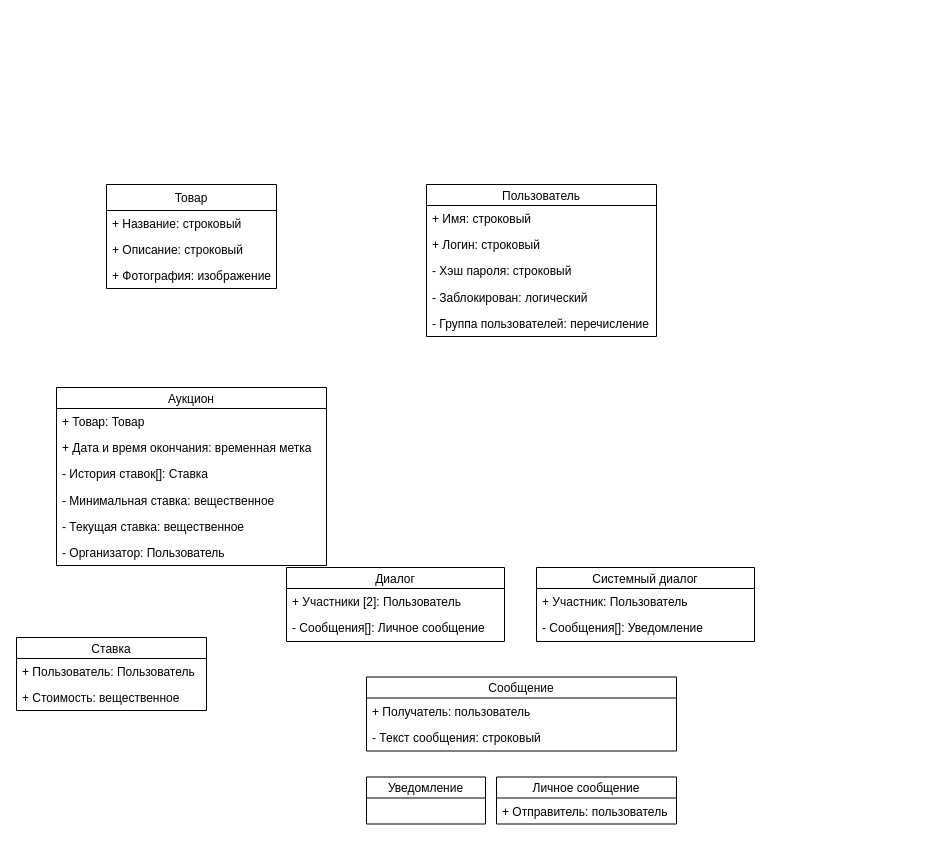
Earlier version of the draw.io diagram Diagrams/Logical Classes Diagram.drawio (Fake-Make/Au). Source tidied: cells renumbered, new cells numbered last; positions are measured from the earlier drawing's top-left corner, leaving out a move shared by most shapes. Both pictures are drawn from the tidied source at 100%, with x=0, y=0 at pixel (16, 184).
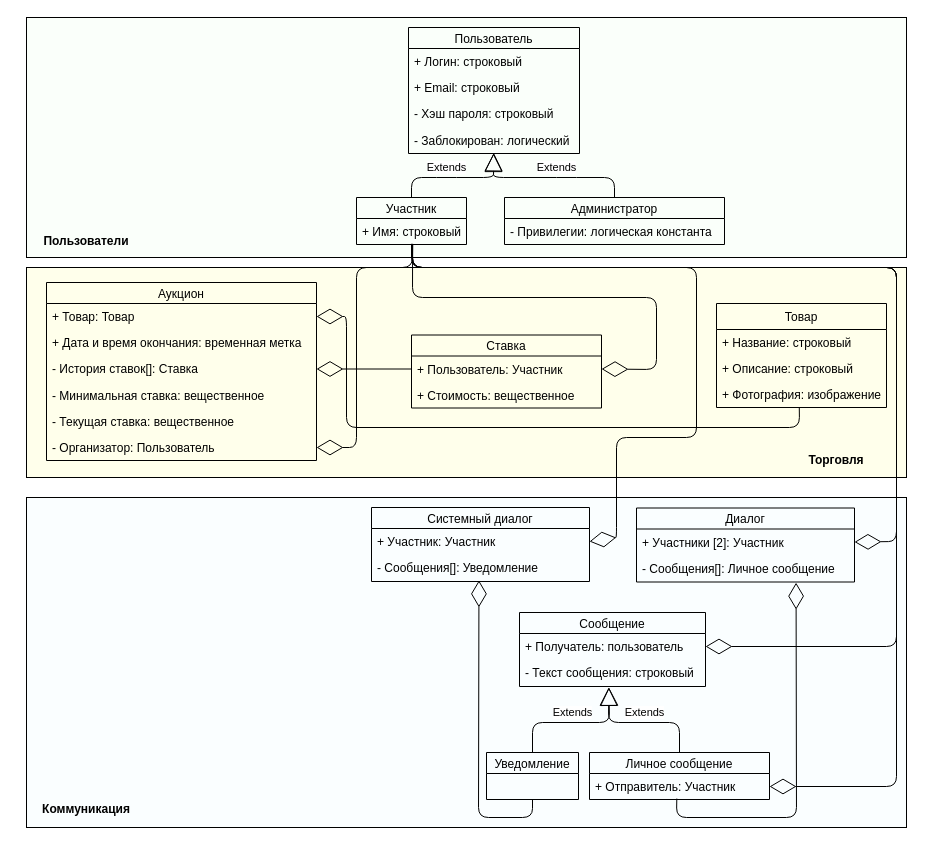
The same page after the edit.

The change refers to these unchanged cells:
```xml
<mxCell id="5" value="+ Фотография: изображение" style="text;strokeColor=none;fillColor=none;align=left;verticalAlign=top;spacingLeft=4;spacingRight=4;overflow=hidden;points=[[0,0.5],[1,0.5]];portConstraint=eastwest;" parent="2" vertex="1">
  <mxGeometry y="78" width="170" height="26" as="geometry" />
</mxCell>
<mxCell id="20" value="- Сообщения[]: Личное сообщение" style="text;strokeColor=none;fillColor=none;align=left;verticalAlign=top;spacingLeft=4;spacingRight=4;overflow=hidden;points=[[0,0.5],[1,0.5]];portConstraint=eastwest;" parent="18" vertex="1">
  <mxGeometry y="47" width="218" height="27" as="geometry" />
</mxCell>
<mxCell id="23" value="- Сообщения[]: Уведомление" style="text;strokeColor=none;fillColor=none;align=left;verticalAlign=top;spacingLeft=4;spacingRight=4;overflow=hidden;points=[[0,0.5],[1,0.5]];portConstraint=eastwest;" parent="21" vertex="1">
  <mxGeometry y="47" width="218" height="27" as="geometry" />
</mxCell>
<mxCell id="25" value="+ Товар: Товар" style="text;strokeColor=none;fillColor=none;align=left;verticalAlign=top;spacingLeft=4;spacingRight=4;overflow=hidden;points=[[0,0.5],[1,0.5]];portConstraint=eastwest;" parent="24" vertex="1">
  <mxGeometry y="21" width="270" height="26" as="geometry" />
</mxCell>
<mxCell id="27" value="- История ставок[]: Ставка" style="text;strokeColor=none;fillColor=none;align=left;verticalAlign=top;spacingLeft=4;spacingRight=4;overflow=hidden;points=[[0,0.5],[1,0.5]];portConstraint=eastwest;" parent="24" vertex="1">
  <mxGeometry y="73" width="270" height="27" as="geometry" />
</mxCell>
<mxCell id="30" value="- Организатор: Пользователь" style="text;strokeColor=none;fillColor=none;align=left;verticalAlign=top;spacingLeft=4;spacingRight=4;overflow=hidden;points=[[0,0.5],[1,0.5]];portConstraint=eastwest;" parent="24" vertex="1">
  <mxGeometry y="152" width="270" height="26" as="geometry" />
</mxCell>
```

Change to the diagram source:
```diff
@@
+    <mxCell id="34" style="rounded=0;whiteSpace=wrap;html=1;fillColor=#FAFFFA;" parent="1" vertex="1">
+      <mxGeometry x="10" y="-167" width="880" height="240" as="geometry" />
+    </mxCell>
+    <mxCell id="35" style="rounded=0;whiteSpace=wrap;html=1;fillColor=#FFFFEB;" parent="1" vertex="1">
+      <mxGeometry x="10" y="83" width="880" height="210" as="geometry" />
+    </mxCell>
+    <mxCell id="36" style="rounded=0;whiteSpace=wrap;html=1;fillColor=#FAFEFF;" parent="1" vertex="1">
+      <mxGeometry x="10" y="313" width="880" height="330" as="geometry" />
+    </mxCell>
     <mxCell id="2" value="Товар" style="swimlane;fontStyle=0;horizontal=1;startSize=26;fillColor=none;" parent="1" vertex="1">
-      <mxGeometry x="90" width="170" height="104" as="geometry" />
+      <mxGeometry x="700" y="119" width="170" height="104" as="geometry" />
     </mxCell>
@@
     <mxCell id="6" value="Пользователь" style="swimlane;fontStyle=0;horizontal=1;startSize=21;fillColor=none;" parent="1" vertex="1">
-      <mxGeometry x="410" width="230" height="152" as="geometry" />
+      <mxGeometry x="392" y="-157" width="171" height="126" as="geometry" />
     </mxCell>
-    <mxCell id="7" value="+ Имя: строковый" style="text;strokeColor=none;fillColor=none;align=left;verticalAlign=top;spacingLeft=4;spacingRight=4;overflow=hidden;points=[[0,0.5],[1,0.5]];portConstraint=eastwest;" parent="6" vertex="1">
-      <mxGeometry y="21" width="230" height="26" as="geometry" />
-    </mxCell>
+    <mxCell id="37" value="+ Логин: строковый" style="text;strokeColor=none;fillColor=none;align=left;verticalAlign=top;spacingLeft=4;spacingRight=4;overflow=hidden;" parent="6" vertex="1">
+      <mxGeometry y="21" width="171" height="26" as="geometry" />
+    </mxCell>
-    <mxCell id="8" value="+ Логин: строковый" style="text;strokeColor=none;fillColor=none;align=left;verticalAlign=top;spacingLeft=4;spacingRight=4;overflow=hidden;" parent="6" vertex="1">
-      <mxGeometry y="47" width="230" height="26" as="geometry" />
+    <mxCell id="8" value="+ Email: строковый" style="text;strokeColor=none;fillColor=none;align=left;verticalAlign=top;spacingLeft=4;spacingRight=4;overflow=hidden;" parent="6" vertex="1">
+      <mxGeometry y="47" width="171" height="26" as="geometry" />
     </mxCell>
     <mxCell id="9" value="- Хэш пароля: строковый" style="text;strokeColor=none;fillColor=none;align=left;verticalAlign=top;spacingLeft=4;spacingRight=4;overflow=hidden;" parent="6" vertex="1">
-      <mxGeometry y="73" width="230" height="27" as="geometry" />
+      <mxGeometry y="73" width="171" height="27" as="geometry" />
     </mxCell>
     <mxCell id="10" value="- Заблокирован: логический" style="text;strokeColor=none;fillColor=none;align=left;verticalAlign=top;spacingLeft=4;spacingRight=4;overflow=hidden;points=[[0,0.5],[1,0.5]];portConstraint=eastwest;" parent="6" vertex="1">
-      <mxGeometry y="100" width="230" height="26" as="geometry" />
+      <mxGeometry y="100" width="171" height="26" as="geometry" />
     </mxCell>
-    <mxCell id="11" value="- Группа пользователей: перечисление" style="text;strokeColor=none;fillColor=none;align=left;verticalAlign=top;spacingLeft=4;spacingRight=4;overflow=hidden;" parent="6" vertex="1">
-      <mxGeometry y="126" width="230" height="26" as="geometry" />
-    </mxCell>
     <mxCell id="12" value="Личное сообщение" style="swimlane;fontStyle=0;horizontal=1;startSize=21;fillColor=none;" parent="1" vertex="1">
-      <mxGeometry x="480" y="592.5" width="180" height="47" as="geometry" />
+      <mxGeometry x="573" y="568" width="180" height="47" as="geometry" />
     </mxCell>
-    <mxCell id="13" value="+ Отправитель: пользователь" style="text;strokeColor=none;fillColor=none;align=left;verticalAlign=top;spacingLeft=4;spacingRight=4;overflow=hidden;points=[[0,0.5],[1,0.5]];portConstraint=eastwest;" parent="12" vertex="1">
+    <mxCell id="13" value="+ Отправитель: Участник" style="text;strokeColor=none;fillColor=none;align=left;verticalAlign=top;spacingLeft=4;spacingRight=4;overflow=hidden;points=[[0,0.5],[1,0.5]];portConstraint=eastwest;" parent="12" vertex="1">
       <mxGeometry y="21" width="180" height="26" as="geometry" />
     </mxCell>
     <mxCell id="14" value="Сообщение" style="swimlane;fontStyle=0;horizontal=1;startSize=21;fillColor=none;" parent="1" vertex="1">
-      <mxGeometry x="350" y="492.5" width="310" height="74" as="geometry" />
+      <mxGeometry x="503" y="428" width="186" height="74" as="geometry" />
     </mxCell>
     <mxCell id="15" value="+ Получатель: пользователь" style="text;strokeColor=none;fillColor=none;align=left;verticalAlign=top;spacingLeft=4;spacingRight=4;overflow=hidden;points=[[0,0.5],[1,0.5]];portConstraint=eastwest;" parent="14" vertex="1">
-      <mxGeometry y="21" width="310" height="26" as="geometry" />
+      <mxGeometry y="21" width="186" height="26" as="geometry" />
     </mxCell>
     <mxCell id="16" value="- Текст сообщения: строковый" style="text;strokeColor=none;fillColor=none;align=left;verticalAlign=top;spacingLeft=4;spacingRight=4;overflow=hidden;points=[[0,0.5],[1,0.5]];portConstraint=eastwest;" parent="14" vertex="1">
-      <mxGeometry y="47" width="310" height="27" as="geometry" />
+      <mxGeometry y="47" width="186" height="27" as="geometry" />
     </mxCell>
     <mxCell id="17" value="Уведомление" style="swimlane;fontStyle=0;horizontal=1;startSize=21;fillColor=none;" parent="1" vertex="1">
-      <mxGeometry x="350" y="592.5" width="119" height="47" as="geometry" />
+      <mxGeometry x="470" y="568" width="92" height="47" as="geometry" />
     </mxCell>
     <mxCell id="18" value="Диалог" style="swimlane;fontStyle=0;horizontal=1;startSize=21;fillColor=none;" parent="1" vertex="1">
-      <mxGeometry x="270" y="383" width="218" height="74" as="geometry" />
+      <mxGeometry x="620" y="323.5" width="218" height="74" as="geometry" />
     </mxCell>
-    <mxCell id="19" value="+ Участники [2]: Пользователь" style="text;strokeColor=none;fillColor=none;align=left;verticalAlign=top;spacingLeft=4;spacingRight=4;overflow=hidden;points=[[0,0.5],[1,0.5]];portConstraint=eastwest;" parent="18" vertex="1">
+    <mxCell id="19" value="+ Участники [2]: Участник" style="text;strokeColor=none;fillColor=none;align=left;verticalAlign=top;spacingLeft=4;spacingRight=4;overflow=hidden;points=[[0,0.5],[1,0.5]];portConstraint=eastwest;" parent="18" vertex="1">
       <mxGeometry y="21" width="218" height="26" as="geometry" />
     </mxCell>
@@
     <mxCell id="21" value="Системный диалог" style="swimlane;fontStyle=0;horizontal=1;startSize=21;fillColor=none;" parent="1" vertex="1">
-      <mxGeometry x="520" y="383" width="218" height="74" as="geometry" />
+      <mxGeometry x="355" y="323" width="218" height="74" as="geometry" />
     </mxCell>
-    <mxCell id="22" value="+ Участник: Пользователь" style="text;strokeColor=none;fillColor=none;align=left;verticalAlign=top;spacingLeft=4;spacingRight=4;overflow=hidden;points=[[0,0.5],[1,0.5]];portConstraint=eastwest;" parent="21" vertex="1">
+    <mxCell id="22" value="+ Участник: Участник" style="text;strokeColor=none;fillColor=none;align=left;verticalAlign=top;spacingLeft=4;spacingRight=4;overflow=hidden;points=[[0,0.5],[1,0.5]];portConstraint=eastwest;" parent="21" vertex="1">
       <mxGeometry y="21" width="218" height="26" as="geometry" />
     </mxCell>
@@
     <mxCell id="24" value="Аукцион" style="swimlane;fontStyle=0;horizontal=1;startSize=21;fillColor=none;" parent="1" vertex="1">
-      <mxGeometry x="40" y="203" width="270" height="178" as="geometry" />
+      <mxGeometry x="30" y="98" width="270" height="178" as="geometry" />
     </mxCell>
@@
     <mxCell id="31" value="Ставка" style="swimlane;fontStyle=0;horizontal=1;startSize=21;fillColor=none;" parent="1" vertex="1">
-      <mxGeometry y="453" width="190" height="73" as="geometry" />
+      <mxGeometry x="395" y="150.5" width="190" height="73" as="geometry" />
     </mxCell>
-    <mxCell id="32" value="+ Пользователь: Пользователь" style="text;strokeColor=none;fillColor=none;align=left;verticalAlign=top;spacingLeft=4;spacingRight=4;overflow=hidden;points=[[0,0.5],[1,0.5]];portConstraint=eastwest;" parent="31" vertex="1">
+    <mxCell id="32" value="+ Пользователь: Участник" style="text;strokeColor=none;fillColor=none;align=left;verticalAlign=top;spacingLeft=4;spacingRight=4;overflow=hidden;points=[[0,0.5],[1,0.5]];portConstraint=eastwest;" parent="31" vertex="1">
       <mxGeometry y="21" width="190" height="26" as="geometry" />
     </mxCell>
@@
+    <mxCell id="38" value="Участник" style="swimlane;fontStyle=0;horizontal=1;startSize=21;fillColor=none;" parent="1" vertex="1">
+      <mxGeometry x="340" y="13" width="110" height="47" as="geometry" />
+    </mxCell>
+    <mxCell id="7" value="+ Имя: строковый" style="text;strokeColor=none;fillColor=none;align=left;verticalAlign=top;spacingLeft=4;spacingRight=4;overflow=hidden;points=[[0,0.5],[1,0.5]];portConstraint=eastwest;" parent="38" vertex="1">
+      <mxGeometry y="21" width="110" height="26" as="geometry" />
+    </mxCell>
+    <mxCell id="39" value="Администратор" style="swimlane;fontStyle=0;horizontal=1;startSize=21;fillColor=none;" parent="1" vertex="1">
+      <mxGeometry x="488" y="13" width="220" height="47" as="geometry" />
+    </mxCell>
+    <mxCell id="40" value="- Привилегии: логическая константа" style="text;strokeColor=none;fillColor=none;align=left;verticalAlign=top;spacingLeft=4;spacingRight=4;overflow=hidden;" parent="39" vertex="1">
+      <mxGeometry y="21" width="220" height="26" as="geometry" />
+    </mxCell>
+    <mxCell id="41" value="Extends" style="endArrow=block;endSize=16;endFill=0;html=1;exitX=0.5;exitY=0;exitDx=0;exitDy=0;entryX=0.499;entryY=0.973;entryDx=0;entryDy=0;entryPerimeter=0;" parent="1" edge="1">
+      <mxGeometry x="-0.13" y="10" relative="1" as="geometry">
+        <mxPoint x="395" y="13" as="sourcePoint" />
+        <mxPoint x="477.3" y="-31.7" as="targetPoint" />
+        <Array as="points">
+          <mxPoint x="395" y="-7" />
+          <mxPoint x="430" y="-7" />
+          <mxPoint x="477" y="-7" />
+        </Array>
+      </mxGeometry>
+    </mxCell>
+    <mxCell id="42" value="Extends" style="endArrow=block;endSize=16;endFill=0;html=1;exitX=0.5;exitY=0;exitDx=0;exitDy=0;entryX=0.497;entryY=1;entryDx=0;entryDy=0;entryPerimeter=0;" parent="1" edge="1" source="39" target="10">
+      <mxGeometry x="-0.05" y="-10" relative="1" as="geometry">
+        <Array as="points">
+          <mxPoint x="598" y="-7" />
+          <mxPoint x="550" y="-7" />
+          <mxPoint x="477" y="-7" />
+        </Array>
+      </mxGeometry>
+    </mxCell>
+    <mxCell id="43" value="Extends" style="endArrow=block;endSize=16;endFill=0;html=1;exitX=0.5;exitY=0;exitDx=0;exitDy=0;entryX=0.48;entryY=1.031;entryDx=0;entryDy=0;entryPerimeter=0;" parent="1" edge="1" source="12" target="16">
+      <mxGeometry x="-0.05" y="-10" relative="1" as="geometry">
+        <Array as="points">
+          <mxPoint x="663" y="538" />
+          <mxPoint x="592" y="538" />
+        </Array>
+      </mxGeometry>
+    </mxCell>
+    <mxCell id="44" value="Extends" style="endArrow=block;endSize=16;endFill=0;html=1;exitX=0.5;exitY=0;exitDx=0;exitDy=0;entryX=0.481;entryY=1.031;entryDx=0;entryDy=0;entryPerimeter=0;" parent="1" edge="1" source="17" target="16">
+      <mxGeometry x="-0.01" y="10" relative="1" as="geometry">
+        <Array as="points">
+          <mxPoint x="516" y="538" />
+          <mxPoint x="593" y="538" />
+        </Array>
+      </mxGeometry>
+    </mxCell>
+    <mxCell id="45" style="endArrow=diamondThin;endFill=0;endSize=24;html=1;entryX=0.493;entryY=0.958;entryDx=0;entryDy=0;entryPerimeter=0;exitX=0.5;exitY=1;exitDx=0;exitDy=0;" parent="1" edge="1" source="17" target="23">
+      <mxGeometry relative="1" as="geometry">
+        <Array as="points">
+          <mxPoint x="516" y="633" />
+          <mxPoint x="462" y="633" />
+        </Array>
+      </mxGeometry>
+    </mxCell>
+    <mxCell id="46" style="endArrow=diamondThin;endFill=0;endSize=24;html=1;entryX=0.732;entryY=1.024;entryDx=0;entryDy=0;entryPerimeter=0;exitX=0.485;exitY=0.965;exitDx=0;exitDy=0;exitPerimeter=0;" parent="1" edge="1" source="13" target="20">
+      <mxGeometry relative="1" as="geometry">
+        <Array as="points">
+          <mxPoint x="660" y="633" />
+          <mxPoint x="780" y="633" />
+        </Array>
+      </mxGeometry>
+    </mxCell>
+    <mxCell id="47" style="endArrow=diamondThin;endFill=0;endSize=24;html=1;exitX=0.51;exitY=1.011;exitDx=0;exitDy=0;exitPerimeter=0;entryX=1;entryY=0.5;entryDx=0;entryDy=0;" parent="1" edge="1" source="7" target="30">
+      <mxGeometry relative="1" as="geometry">
+        <Array as="points">
+          <mxPoint x="396" y="83" />
+          <mxPoint x="340" y="83" />
+          <mxPoint x="340" y="263" />
+        </Array>
+      </mxGeometry>
+    </mxCell>
+    <mxCell id="48" style="endArrow=diamondThin;endFill=0;endSize=24;html=1;exitX=0.51;exitY=0.993;exitDx=0;exitDy=0;exitPerimeter=0;entryX=1;entryY=0.5;entryDx=0;entryDy=0;" parent="1" edge="1" source="7" target="32">
+      <mxGeometry relative="1" as="geometry">
+        <Array as="points">
+          <mxPoint x="396" y="113" />
+          <mxPoint x="640" y="113" />
+          <mxPoint x="640" y="185" />
+        </Array>
+      </mxGeometry>
+    </mxCell>
+    <mxCell id="49" style="endArrow=diamondThin;endFill=0;endSize=24;html=1;exitX=0;exitY=0.5;exitDx=0;exitDy=0;entryX=1;entryY=0.5;entryDx=0;entryDy=0;" parent="1" edge="1" source="32" target="27">
+      <mxGeometry relative="1" as="geometry" />
+    </mxCell>
+    <mxCell id="50" style="endArrow=diamondThin;endFill=0;endSize=24;html=1;exitX=0.487;exitY=0.989;exitDx=0;exitDy=0;exitPerimeter=0;entryX=1;entryY=0.5;entryDx=0;entryDy=0;" parent="1" edge="1" source="5" target="25">
+      <mxGeometry relative="1" as="geometry">
+        <Array as="points">
+          <mxPoint x="783" y="243" />
+          <mxPoint x="330" y="243" />
+          <mxPoint x="330" y="132" />
+        </Array>
+      </mxGeometry>
+    </mxCell>
+    <mxCell id="51" style="endArrow=diamondThin;endFill=0;endSize=24;html=1;exitX=0.51;exitY=0.973;exitDx=0;exitDy=0;exitPerimeter=0;entryX=1;entryY=0.5;entryDx=0;entryDy=0;" parent="1" edge="1" source="7" target="22">
+      <mxGeometry relative="1" as="geometry">
+        <Array as="points">
+          <mxPoint x="396" y="83" />
+          <mxPoint x="680" y="83" />
+          <mxPoint x="680" y="253" />
+          <mxPoint x="600" y="253" />
+          <mxPoint x="600" y="353" />
+        </Array>
+      </mxGeometry>
+    </mxCell>
+    <mxCell id="52" style="endArrow=diamondThin;endFill=0;endSize=24;html=1;exitX=0.505;exitY=1.038;exitDx=0;exitDy=0;exitPerimeter=0;entryX=1;entryY=0.5;entryDx=0;entryDy=0;" parent="1" edge="1" source="7" target="19">
+      <mxGeometry relative="1" as="geometry">
+        <Array as="points">
+          <mxPoint x="396" y="83" />
+          <mxPoint x="880" y="83" />
+          <mxPoint x="880" y="357" />
+        </Array>
+      </mxGeometry>
+    </mxCell>
+    <mxCell id="53" style="endArrow=diamondThin;endFill=0;endSize=24;html=1;entryX=1;entryY=0.5;entryDx=0;entryDy=0;exitX=0.5;exitY=0.973;exitDx=0;exitDy=0;exitPerimeter=0;" parent="1" edge="1" source="7" target="13">
+      <mxGeometry relative="1" as="geometry">
+        <Array as="points">
+          <mxPoint x="395" y="83" />
+          <mxPoint x="880" y="83" />
+          <mxPoint x="880" y="602" />
+        </Array>
+      </mxGeometry>
+    </mxCell>
+    <mxCell id="54" style="endArrow=diamondThin;endFill=0;endSize=24;html=1;entryX=1;entryY=0.5;entryDx=0;entryDy=0;exitX=0.505;exitY=1.038;exitDx=0;exitDy=0;exitPerimeter=0;" parent="1" edge="1" source="7" target="15">
+      <mxGeometry relative="1" as="geometry">
+        <Array as="points">
+          <mxPoint x="396" y="83" />
+          <mxPoint x="880" y="83" />
+          <mxPoint x="880" y="462" />
+        </Array>
+      </mxGeometry>
+    </mxCell>
+    <mxCell id="55" value="&lt;b&gt;Коммуникация&lt;/b&gt;" style="text;html=1;strokeColor=none;fillColor=none;align=center;verticalAlign=middle;whiteSpace=wrap;rounded=0;" parent="1" vertex="1">
+      <mxGeometry x="20" y="615" width="100" height="20" as="geometry" />
+    </mxCell>
+    <mxCell id="56" value="&lt;b&gt;Торговля&lt;/b&gt;" style="text;html=1;strokeColor=none;fillColor=none;align=center;verticalAlign=middle;whiteSpace=wrap;rounded=0;" parent="1" vertex="1">
+      <mxGeometry x="770" y="266" width="100" height="20" as="geometry" />
+    </mxCell>
+    <mxCell id="57" value="&lt;b&gt;Пользователи&lt;/b&gt;" style="text;html=1;strokeColor=none;fillColor=none;align=center;verticalAlign=middle;whiteSpace=wrap;rounded=0;" parent="1" vertex="1">
+      <mxGeometry x="20" y="47" width="100" height="20" as="geometry" />
+    </mxCell>
```
